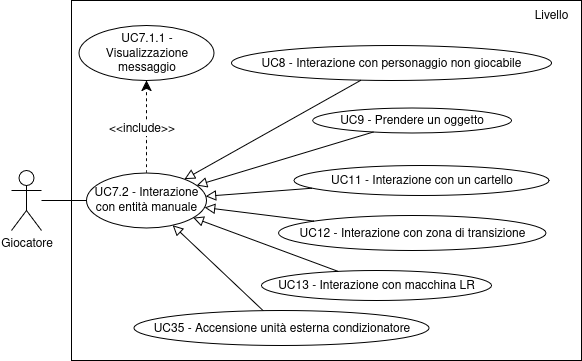
Before: images/usecase/uc-interazione_manuale.png, a diagram exported from draw.io (fliposab/UnipdThesis). Source tidied: cells renumbered, new cells last; positions are measured from the earlier drawing's top-left corner, leaving out a move shared by most shapes.
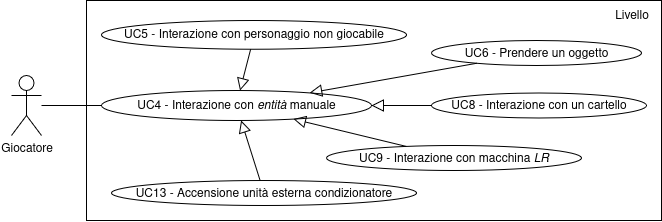
The same diagram one commit later.

Change to the diagram source:
```diff
@@ -2,67 +2,50 @@
   <root>
     <mxCell id="0" />
     <mxCell id="1" parent="0" />
-    <mxCell id="2" style="rounded=0;whiteSpace=wrap;html=1;gradientColor=none;" parent="1" vertex="1">
-      <mxGeometry x="60" width="510" height="360" as="geometry" />
+    <mxCell id="2" style="rounded=0;whiteSpace=wrap;html=1;" parent="1" vertex="1">
+      <mxGeometry x="-685" y="-420" width="575" height="220" as="geometry" />
     </mxCell>
-    <mxCell id="3" style="rounded=0;jettySize=auto;html=1;entryX=0;entryY=0.5;entryDx=0;entryDy=0;endArrow=none;startFill=0;" parent="1" edge="1" source="4" target="7">
-      <mxGeometry relative="1" as="geometry" />
+    <mxCell id="3" value="&lt;div&gt;Giocatore&lt;/div&gt;" style="shape=umlActor;verticalLabelPosition=bottom;verticalAlign=top;html=1;outlineConnect=0;" parent="1" vertex="1">
+      <mxGeometry x="-760" y="-345" width="30" height="60" as="geometry" />
     </mxCell>
-    <mxCell id="4" value="Giocatore" style="shape=umlActor;verticalLabelPosition=bottom;verticalAlign=top;html=1;outlineConnect=0;" parent="1" vertex="1">
-      <mxGeometry y="170" width="30" height="60" as="geometry" />
+    <mxCell id="4" value="Livello" style="text;html=1;align=center;verticalAlign=middle;points=[];strokeColor=none;fillColor=none;" parent="1" vertex="1">
+      <mxGeometry x="-170" y="-420" width="60" height="30" as="geometry" />
     </mxCell>
-    <mxCell id="5" style="edgeStyle=none;curved=1;rounded=0;jettySize=auto;html=1;fontSize=12;startSize=8;endSize=8;dashed=1;" parent="1" edge="1" source="7" target="11">
-      <mxGeometry relative="1" as="geometry" />
+    <mxCell id="5" value="UC4 - Interazione con&amp;nbsp;&lt;i&gt;entità&amp;nbsp;&lt;/i&gt;manuale" style="ellipse;whiteSpace=wrap;html=1;" parent="1" vertex="1">
+      <mxGeometry x="-670" y="-330" width="270" height="30" as="geometry" />
     </mxCell>
-    <mxCell id="6" value="&amp;lt;&amp;lt;include&amp;gt;&amp;gt;" style="edgeLabel;html=1;align=center;verticalAlign=middle;fontSize=12;" parent="5" vertex="1">
-      <mxGeometry x="0.39" y="1" relative="1" as="geometry">
-        <mxPoint x="-5" y="19" as="offset" />
-      </mxGeometry>
+    <mxCell id="6" style="rounded=0;jettySize=auto;html=1;endArrow=none;endFill=0;" parent="1" edge="1" source="3" target="5">
+      <mxGeometry relative="1" as="geometry" />
     </mxCell>
-    <mxCell id="7" value="&lt;div&gt;UC7.2 - Interazione&lt;/div&gt;&lt;div&gt;con entità manuale&lt;/div&gt;" style="ellipse;whiteSpace=wrap;html=1;" parent="1" vertex="1">
-      <mxGeometry x="75" y="172.5" width="120" height="55" as="geometry" />
+    <mxCell id="7" value="UC5 - Interazione con personaggio non giocabile" style="ellipse;whiteSpace=wrap;html=1;" parent="1" vertex="1">
+      <mxGeometry x="-670" y="-400" width="305" height="28.8" as="geometry" />
     </mxCell>
-    <mxCell id="8" value="Livello" style="text;html=1;align=center;verticalAlign=middle;whiteSpace=wrap;rounded=0;" parent="1" vertex="1">
-      <mxGeometry x="510" width="60" height="30" as="geometry" />
+    <mxCell id="8" value="&lt;div&gt;UC6 - Prendere un oggetto&lt;/div&gt;" style="ellipse;whiteSpace=wrap;html=1;" parent="1" vertex="1">
+      <mxGeometry x="-340" y="-380" width="210" height="25" as="geometry" />
     </mxCell>
-    <mxCell id="9" style="edgeStyle=none;curved=1;rounded=0;jettySize=auto;html=1;fontSize=12;startSize=8;endSize=8;endArrow=block;endFill=0;" parent="1" edge="1" source="10" target="7">
-      <mxGeometry relative="1" as="geometry" />
+    <mxCell id="9" value="UC8 - Interazione con un cartello" style="ellipse;whiteSpace=wrap;html=1;" parent="1" vertex="1">
+      <mxGeometry x="-340" y="-327.5" width="215" height="25" as="geometry" />
     </mxCell>
-    <mxCell id="10" value="&lt;div&gt;UC35 - Accensione unità esterna condizionatore&lt;/div&gt;" style="ellipse;whiteSpace=wrap;html=1;" parent="1" vertex="1">
-      <mxGeometry x="122.5" y="310" width="295" height="35" as="geometry" />
+    <mxCell id="10" value="UC9 - Interazione con macchina&amp;nbsp;&lt;i&gt;LR&lt;/i&gt;" style="ellipse;whiteSpace=wrap;html=1;" parent="1" vertex="1">
+      <mxGeometry x="-445" y="-275" width="255" height="25" as="geometry" />
     </mxCell>
-    <mxCell id="11" value="UC7.1.1 - Visualizzazione messaggio" style="ellipse;whiteSpace=wrap;html=1;" parent="1" vertex="1">
-      <mxGeometry x="67.5" y="25" width="135" height="55" as="geometry" />
+    <mxCell id="11" value="UC13 - Accensione unità esterna condizionatore" style="ellipse;whiteSpace=wrap;html=1;" parent="1" vertex="1">
+      <mxGeometry x="-660" y="-240" width="305" height="25" as="geometry" />
     </mxCell>
-    <mxCell id="12" value="&lt;div&gt;UC8 - Interazione con personaggio non giocabile&lt;/div&gt;" style="ellipse;whiteSpace=wrap;html=1;" parent="1" vertex="1">
-      <mxGeometry x="220" y="45" width="320" height="35" as="geometry" />
+    <mxCell id="12" style="rounded=0;jettySize=auto;html=1;endArrow=block;endFill=0;endSize=10;" parent="1" edge="1" source="7" target="5">
+      <mxGeometry relative="1" as="geometry" />
     </mxCell>
-    <mxCell id="13" value="&lt;div&gt;UC11 - Interazione con un cartello&lt;/div&gt;" style="ellipse;whiteSpace=wrap;html=1;" parent="1" vertex="1">
-      <mxGeometry x="282.5" y="165" width="255" height="30" as="geometry" />
+    <mxCell id="13" style="rounded=0;jettySize=auto;html=1;endArrow=block;endFill=0;endSize=10;" parent="1" edge="1" source="8" target="5">
+      <mxGeometry relative="1" as="geometry" />
     </mxCell>
-    <mxCell id="14" value="&lt;div&gt;UC9 - Prendere un oggetto&lt;/div&gt;" style="ellipse;whiteSpace=wrap;html=1;" parent="1" vertex="1">
-      <mxGeometry x="301.2" y="107.5" width="198.8" height="25" as="geometry" />
+    <mxCell id="14" style="rounded=0;jettySize=auto;html=1;endArrow=block;endFill=0;endSize=10;" parent="1" edge="1" source="9" target="5">
+      <mxGeometry relative="1" as="geometry" />
     </mxCell>
-    <mxCell id="15" style="edgeStyle=none;curved=1;rounded=0;jettySize=auto;html=1;fontSize=12;startSize=8;endSize=8;endArrow=block;endFill=0;" parent="1" edge="1" source="14" target="7">
+    <mxCell id="15" style="rounded=0;jettySize=auto;html=1;endArrow=block;endFill=0;endSize=10;" parent="1" edge="1" source="10" target="5">
       <mxGeometry relative="1" as="geometry" />
     </mxCell>
-    <mxCell id="16" style="edgeStyle=none;curved=1;rounded=0;jettySize=auto;html=1;fontSize=12;startSize=8;endSize=8;endArrow=block;endFill=0;" parent="1" edge="1" source="13" target="7">
+    <mxCell id="16" style="rounded=0;jettySize=auto;html=1;endArrow=block;endFill=0;endSize=10;" parent="1" edge="1" source="11" target="5">
       <mxGeometry relative="1" as="geometry" />
     </mxCell>
-    <mxCell id="17" style="edgeStyle=none;curved=1;rounded=0;jettySize=auto;html=1;fontSize=12;startSize=8;endSize=8;endArrow=block;endFill=0;" parent="1" edge="1" source="12" target="7">
-      <mxGeometry relative="1" as="geometry" />
-    </mxCell>
-    <mxCell id="18" value="&lt;div&gt;UC12 - Interazione con zona di transizione&lt;/div&gt;" style="ellipse;whiteSpace=wrap;html=1;" parent="1" vertex="1">
-      <mxGeometry x="266.9" y="215" width="267.5" height="35" as="geometry" />
-    </mxCell>
-    <mxCell id="19" style="edgeStyle=none;curved=1;rounded=0;jettySize=auto;html=1;fontSize=12;startSize=8;endSize=8;endArrow=block;endFill=0;" parent="1" edge="1" source="18" target="7">
-      <mxGeometry relative="1" as="geometry" />
-    </mxCell>
-    <mxCell id="20" value="&lt;div&gt;UC13 - Interazione con macchina LR&lt;/div&gt;" style="ellipse;whiteSpace=wrap;html=1;" parent="1" vertex="1">
-      <mxGeometry x="250" y="270" width="230" height="30" as="geometry" />
-    </mxCell>
-    <mxCell id="21" style="edgeStyle=none;curved=1;rounded=0;jettySize=auto;html=1;fontSize=12;startSize=8;endSize=8;endArrow=block;endFill=0;" parent="1" edge="1" source="20" target="7">
-      <mxGeometry relative="1" as="geometry" />
-    </mxCell>
   </root>
 </mxGraphModel>
```
